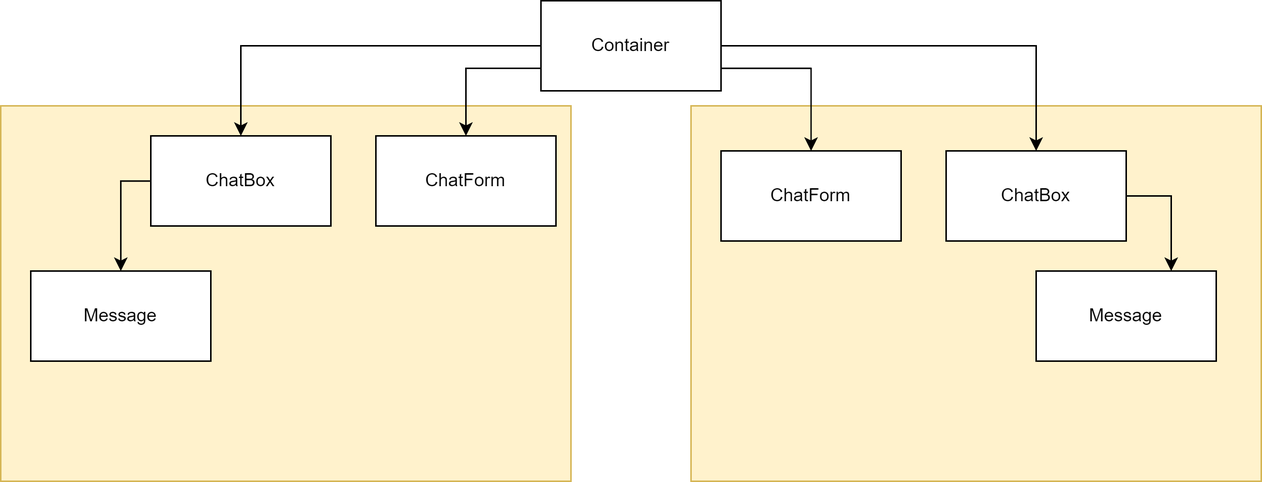
Before: Doc/Components.drawio.png, a diagram exported from draw.io (mohammedmrm/genioChat). Source tidied: cells renumbered, new cells last; positions are measured from the earlier drawing's top-left corner, leaving out a move shared by most shapes.
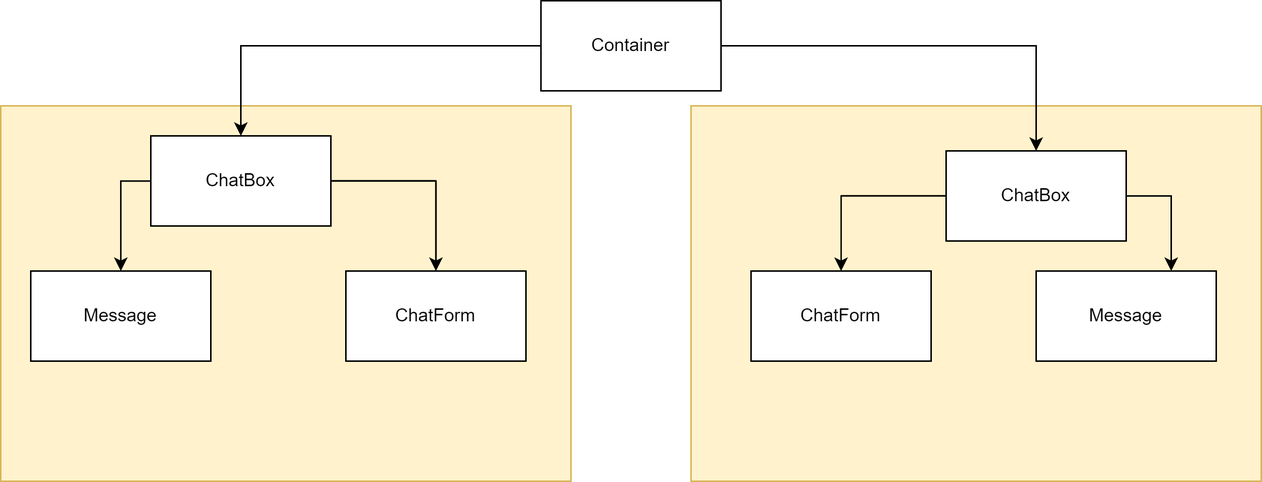
After the commit.

Change to the diagram source:
```diff
@@ -11,10 +11,10 @@
     <mxCell id="4" style="edgeStyle=orthogonalEdgeStyle;rounded=0;jettySize=auto;html=1;exitX=1;exitY=0.5;exitDx=0;exitDy=0;entryX=0.5;entryY=0;entryDx=0;entryDy=0;" parent="1" edge="1" source="8" target="12">
       <mxGeometry relative="1" as="geometry" />
     </mxCell>
-    <mxCell id="5" style="edgeStyle=orthogonalEdgeStyle;rounded=0;jettySize=auto;html=1;exitX=1;exitY=0.75;exitDx=0;exitDy=0;" parent="1" edge="1" source="8" target="10">
+    <mxCell id="5" style="edgeStyle=orthogonalEdgeStyle;rounded=0;jettySize=auto;html=1;exitX=0;exitY=0.5;exitDx=0;exitDy=0;" parent="1" edge="1" source="12" target="10">
       <mxGeometry relative="1" as="geometry" />
     </mxCell>
-    <mxCell id="6" style="edgeStyle=orthogonalEdgeStyle;rounded=0;jettySize=auto;html=1;exitX=0;exitY=0.75;exitDx=0;exitDy=0;entryX=0.5;entryY=0;entryDx=0;entryDy=0;" parent="1" edge="1" source="8" target="14">
+    <mxCell id="6" style="edgeStyle=orthogonalEdgeStyle;rounded=0;jettySize=auto;html=1;exitX=1;exitY=0.5;exitDx=0;exitDy=0;entryX=0.5;entryY=0;entryDx=0;entryDy=0;" parent="1" edge="1" source="16" target="14">
       <mxGeometry relative="1" as="geometry" />
     </mxCell>
     <mxCell id="7" style="edgeStyle=orthogonalEdgeStyle;rounded=0;jettySize=auto;html=1;exitX=0;exitY=0.5;exitDx=0;exitDy=0;entryX=0.5;entryY=0;entryDx=0;entryDy=0;" parent="1" edge="1" source="8" target="16">
@@ -27,7 +27,7 @@
       <mxGeometry x="690" y="180" width="120" height="60" as="geometry" />
     </mxCell>
     <mxCell id="10" value="ChatForm" style="rounded=0;whiteSpace=wrap;html=1;" parent="1" vertex="1">
-      <mxGeometry x="480" y="100" width="120" height="60" as="geometry" />
+      <mxGeometry x="500" y="180" width="120" height="60" as="geometry" />
     </mxCell>
     <mxCell id="11" style="edgeStyle=orthogonalEdgeStyle;rounded=0;jettySize=auto;html=1;exitX=1;exitY=0.5;exitDx=0;exitDy=0;entryX=0.75;entryY=0;entryDx=0;entryDy=0;" parent="1" edge="1" source="12" target="9">
       <mxGeometry relative="1" as="geometry" />
@@ -39,7 +39,7 @@
       <mxGeometry x="20" y="180" width="120" height="60" as="geometry" />
     </mxCell>
     <mxCell id="14" value="ChatForm" style="rounded=0;whiteSpace=wrap;html=1;" parent="1" vertex="1">
-      <mxGeometry x="250" y="90" width="120" height="60" as="geometry" />
+      <mxGeometry x="230" y="180" width="120" height="60" as="geometry" />
     </mxCell>
     <mxCell id="15" style="edgeStyle=orthogonalEdgeStyle;rounded=0;jettySize=auto;html=1;exitX=0;exitY=0.5;exitDx=0;exitDy=0;entryX=0.5;entryY=0;entryDx=0;entryDy=0;" parent="1" edge="1" source="16" target="13">
       <mxGeometry relative="1" as="geometry" />
```
